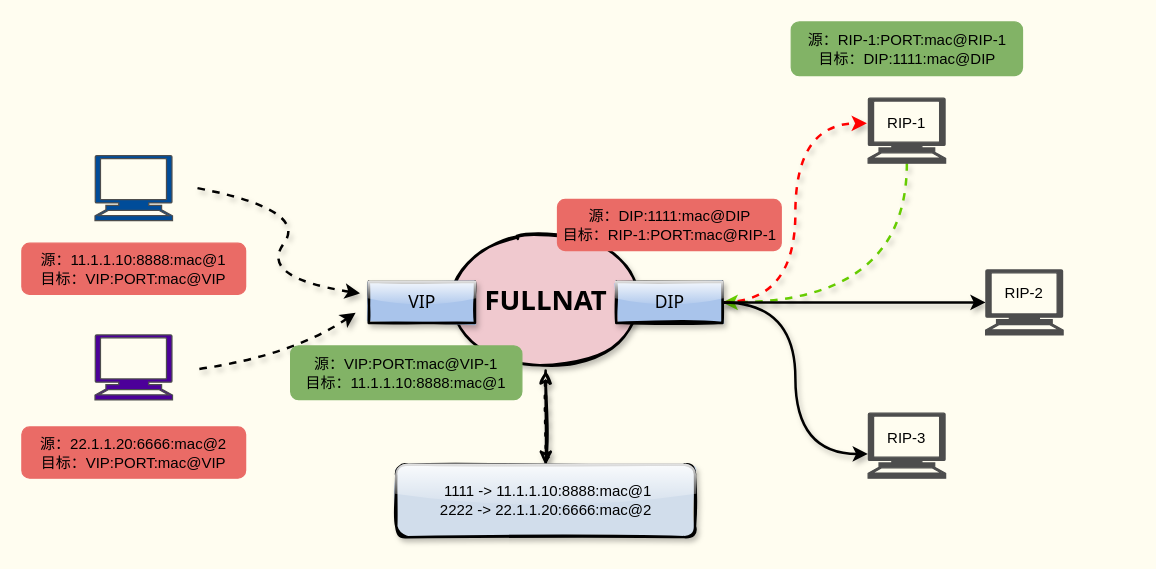
The draw.io diagram pictures/负载均衡/fullnat.drawio in boxtsecond/draw, before the edit. Source tidied: cells renumbered, new cells numbered last; positions are measured from the earlier drawing's top-left corner, leaving out a move shared by most shapes. Both pictures are drawn from the tidied source at 125%, with x=0, y=0 at pixel (21, 21).
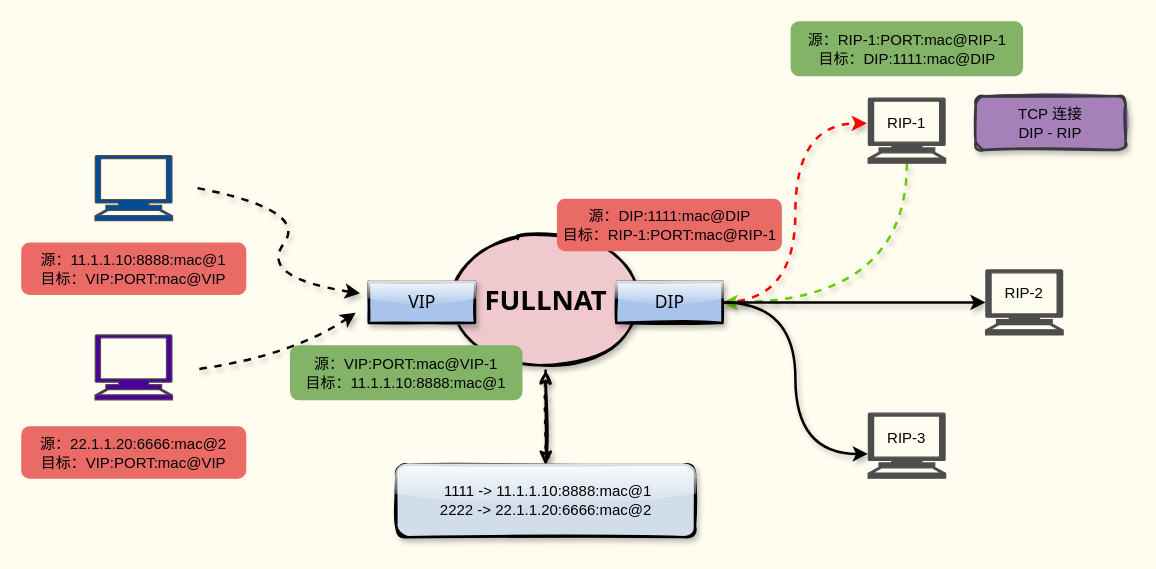
After the change.

Diff of the diagram source:
```diff
@@
+    <mxCell id="30" value="TCP 连接&lt;br&gt;DIP - RIP" style="rounded=1;whiteSpace=wrap;html=1;strokeWidth=2;glass=0;shadow=1;sketch=1;fillStyle=solid;strokeColor=#36393d;fillColor=#A680B8;" parent="1" vertex="1">
+      <mxGeometry x="763" y="59.5" width="120" height="43" as="geometry" />
+    </mxCell>
```
